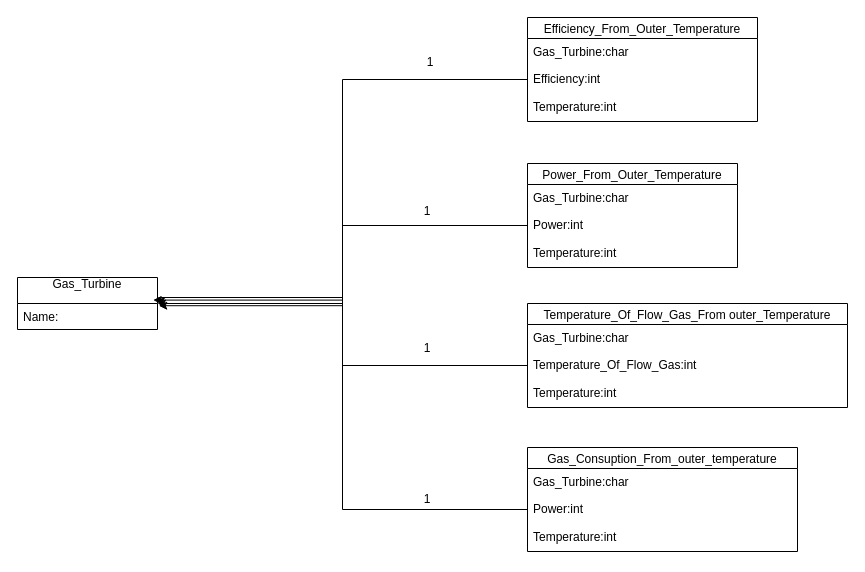
This is BDCharacters_Diagram.drawio from k0dean/BD, a draw.io file, before an edit. Source tidied: cells renumbered, new cells numbered last; positions are measured from the earlier drawing's top-left corner, leaving out a move shared by most shapes. Both pictures are drawn from the tidied source at 100%, with x=0, y=0 at pixel (17, 17).
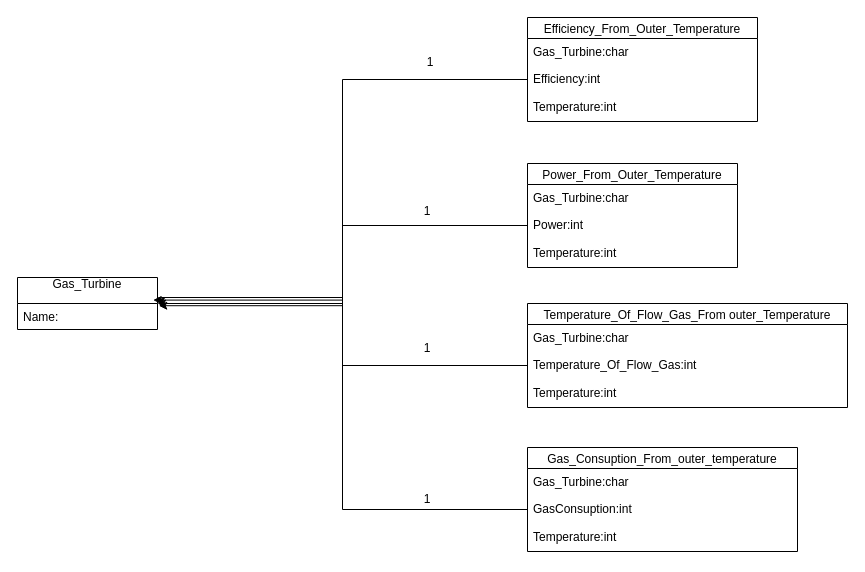
The same diagram, later.

Unchanged cells that the change refers to:
```xml
<mxCell id="16" value="Gas_Consuption_From_outer_temperature" style="swimlane;fontStyle=0;horizontal=1;startSize=21;fillColor=none;" parent="1" vertex="1">
  <mxGeometry x="510" y="430" width="270" height="104" as="geometry" />
</mxCell>
```

Diff of the diagram source:
```diff
@@
-    <mxCell id="18" value="Power:int" style="text;strokeColor=none;fillColor=none;align=left;verticalAlign=top;spacingLeft=4;spacingRight=4;overflow=hidden;points=[[0,0.5],[1,0.5]];portConstraint=eastwest;" parent="16" vertex="1">
+    <mxCell id="18" value="GasConsuption:int" style="text;strokeColor=none;fillColor=none;align=left;verticalAlign=top;spacingLeft=4;spacingRight=4;overflow=hidden;points=[[0,0.5],[1,0.5]];portConstraint=eastwest;" parent="16" vertex="1">
       <mxGeometry y="48" width="270" height="28" as="geometry" />
     </mxCell>
```
